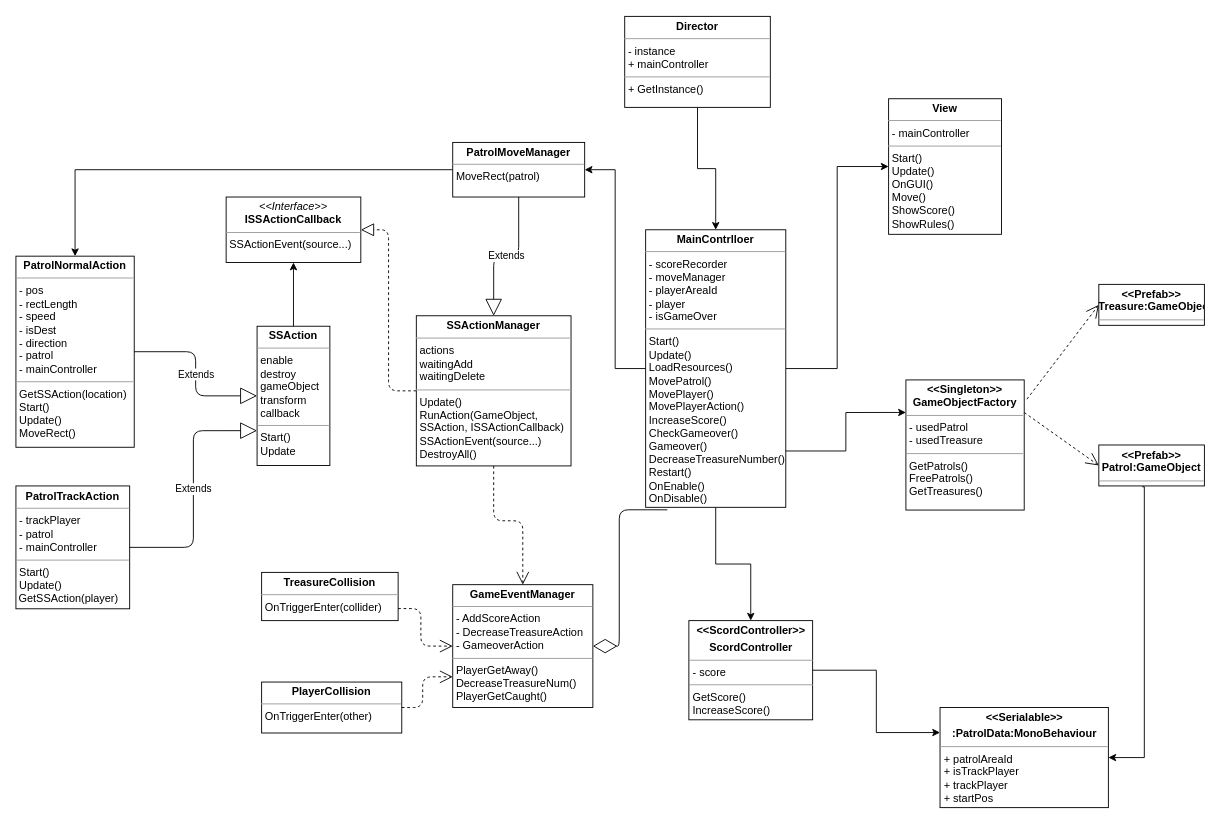
The draw.io diagram Homework6-IntelligentPatrol/uml.drawio in StuGeek/Unity3D, before the edit. Source tidied: cells renumbered, new cells numbered last; positions are measured from the earlier drawing's top-left corner, leaving out a move shared by most shapes. Both pictures are drawn from the tidied source at 91%, with x=0, y=0 at pixel (15, 15).
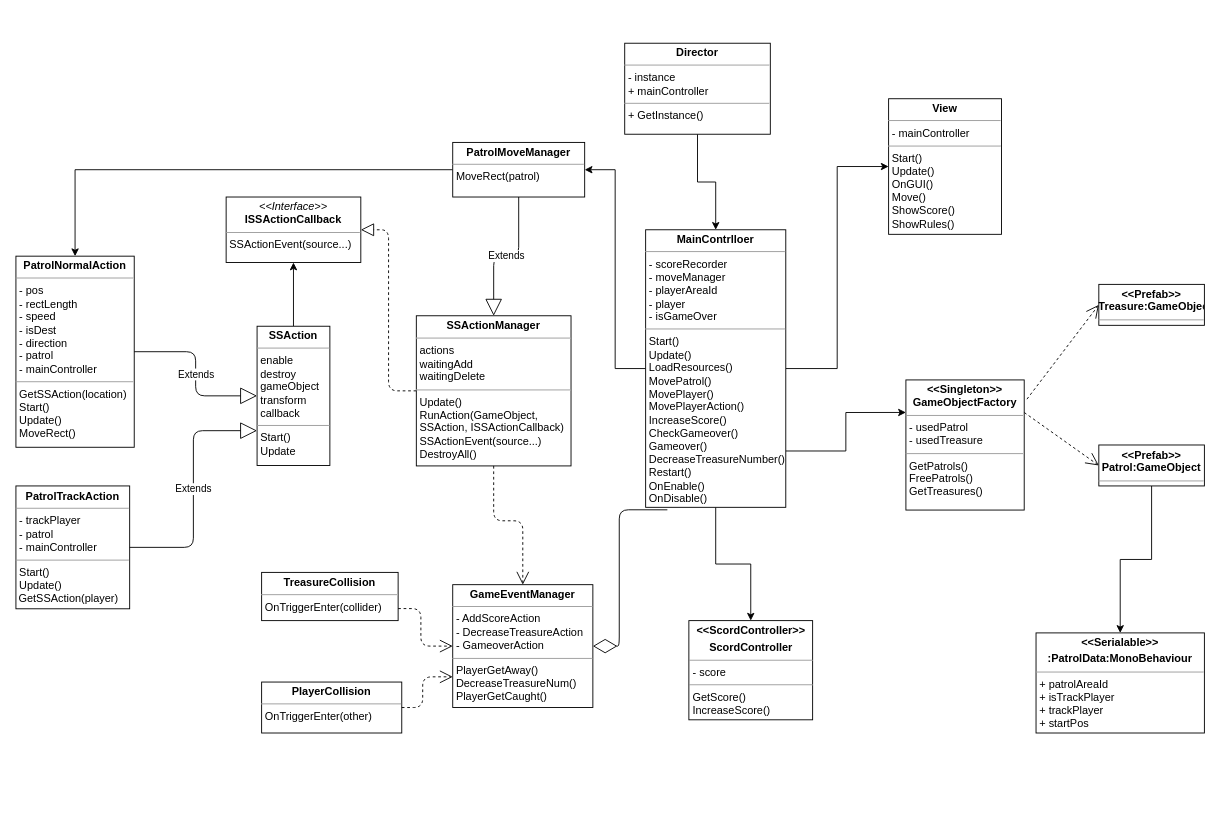
The same diagram, later.

Unchanged cells that the change refers to:
```xml
<mxCell id="6" value="&lt;p style=&quot;margin: 0px ; margin-top: 4px ; text-align: center&quot;&gt;&lt;b&gt;&amp;lt;&amp;lt;Prefab&amp;gt;&amp;gt;&lt;/b&gt;&lt;br&gt;&lt;b&gt;Patrol:GameObject&lt;/b&gt;&lt;/p&gt;&lt;hr size=&quot;1&quot;&gt;&lt;p style=&quot;margin: 0px ; margin-left: 4px&quot;&gt;&lt;br&gt;&lt;/p&gt;" style="verticalAlign=top;align=left;overflow=fill;fontSize=12;fontFamily=Helvetica;html=1;" parent="1" vertex="1">
  <mxGeometry x="1190" y="471.5" width="116" height="45" as="geometry" />
</mxCell>
<mxCell id="29" value="&lt;p style=&quot;margin: 0px ; margin-top: 4px ; text-align: center&quot;&gt;&lt;b&gt;&amp;lt;&amp;lt;ScordController&amp;gt;&amp;gt;&lt;/b&gt;&lt;b&gt;&lt;br&gt;&lt;/b&gt;&lt;/p&gt;&lt;p style=&quot;margin: 0px ; margin-top: 4px ; text-align: center&quot;&gt;&lt;b&gt;ScordController&lt;/b&gt;&lt;br&gt;&lt;/p&gt;&lt;hr size=&quot;1&quot;&gt;&lt;p style=&quot;margin: 0px ; margin-left: 4px&quot;&gt;&lt;span&gt;- score&lt;/span&gt;&lt;/p&gt;&lt;hr size=&quot;1&quot;&gt;&lt;p style=&quot;margin: 0px ; margin-left: 4px&quot;&gt;GetScore()&lt;/p&gt;&lt;p style=&quot;margin: 0px ; margin-left: 4px&quot;&gt;IncreaseScore()&lt;/p&gt;" style="verticalAlign=top;align=left;overflow=fill;fontSize=12;fontFamily=Helvetica;html=1;" parent="1" vertex="1">
  <mxGeometry x="739.5" y="664.5" width="136" height="109" as="geometry" />
</mxCell>
```

Diff of the diagram source:
```diff
@@
-    <mxCell id="5" style="edgeStyle=orthogonalEdgeStyle;rounded=0;jettySize=auto;html=1;entryX=1;entryY=0.5;entryDx=0;entryDy=0;exitX=0.411;exitY=1.02;exitDx=0;exitDy=0;exitPerimeter=0;" parent="1" edge="1" source="6" target="24">
-      <mxGeometry relative="1" as="geometry">
-        <Array as="points">
-          <mxPoint x="1240" y="517" />
-          <mxPoint x="1240" y="815" />
-        </Array>
-      </mxGeometry>
+    <mxCell id="5" style="edgeStyle=orthogonalEdgeStyle;rounded=0;jettySize=auto;html=1;entryX=0.5;entryY=0;entryDx=0;entryDy=0;" parent="1" edge="1" source="6" target="24">
+      <mxGeometry relative="1" as="geometry" />
     </mxCell>
@@
     <mxCell id="16" value="&lt;p style=&quot;margin: 0px ; margin-top: 4px ; text-align: center&quot;&gt;&lt;b&gt;Director&lt;/b&gt;&lt;/p&gt;&lt;hr size=&quot;1&quot;&gt;&lt;p style=&quot;margin: 0px ; margin-left: 4px&quot;&gt;- instance&lt;/p&gt;&lt;p style=&quot;margin: 0px ; margin-left: 4px&quot;&gt;+ mainController&lt;/p&gt;&lt;hr size=&quot;1&quot;&gt;&lt;p style=&quot;margin: 0px ; margin-left: 4px&quot;&gt;+ GetInstance()&lt;/p&gt;" style="verticalAlign=top;align=left;overflow=fill;fontSize=12;fontFamily=Helvetica;html=1;" parent="1" vertex="1">
-      <mxGeometry x="669" y="0.5" width="160" height="100" as="geometry" />
+      <mxGeometry x="669" y="30" width="160" height="100" as="geometry" />
     </mxCell>
@@
-    <mxCell id="20" style="edgeStyle=orthogonalEdgeStyle;rounded=0;jettySize=auto;html=1;entryX=0;entryY=0.25;entryDx=0;entryDy=0;" parent="1" edge="1" source="29" target="24">
-      <mxGeometry relative="1" as="geometry" />
-    </mxCell>
@@
     <mxCell id="24" value="&lt;p style=&quot;margin: 0px ; margin-top: 4px ; text-align: center&quot;&gt;&lt;span style=&quot;font-weight: 700&quot;&gt;&amp;lt;&amp;lt;Serialable&amp;gt;&amp;gt;&lt;/span&gt;&lt;b&gt;&lt;br&gt;&lt;/b&gt;&lt;/p&gt;&lt;p style=&quot;margin: 0px ; margin-top: 4px ; text-align: center&quot;&gt;&lt;b&gt;:PatrolData:MonoBehaviour&lt;/b&gt;&lt;/p&gt;&lt;hr size=&quot;1&quot;&gt;&lt;p style=&quot;margin: 0px ; margin-left: 4px&quot;&gt;+ patrolAreaId&lt;/p&gt;&lt;p style=&quot;margin: 0px ; margin-left: 4px&quot;&gt;+ isTrackPlayer&lt;/p&gt;&lt;p style=&quot;margin: 0px ; margin-left: 4px&quot;&gt;+ trackPlayer&lt;/p&gt;&lt;p style=&quot;margin: 0px ; margin-left: 4px&quot;&gt;+ startPos&lt;/p&gt;" style="verticalAlign=top;align=left;overflow=fill;fontSize=12;fontFamily=Helvetica;html=1;" parent="1" vertex="1">
-      <mxGeometry x="1015.5" y="760" width="185" height="110" as="geometry" />
+      <mxGeometry x="1121" y="678" width="185" height="110" as="geometry" />
     </mxCell>
```
